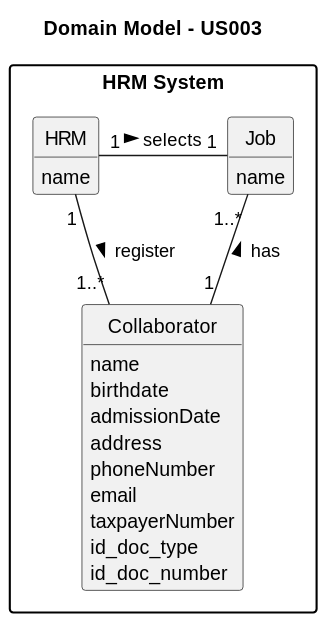
SAEmanuel/Green_Spaces_Management_ISEP keeps this PlantUML diagram as docs/sprintC/us003/02.analysis/svg/us003-domain-model-Domain_Model___US003.svg. Above is the earlier version.
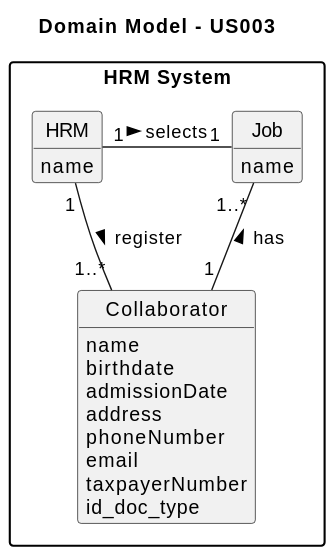
The same diagram one commit later.

Commit message:
Collaborator domain model, SSD and design update

The edit, as a diff of the source:
```diff
@@ -21,7 +21,7 @@
         email
         taxpayerNumber
         id_doc_type
-        id_doc_number
+
     }
 
     class Job {
```
